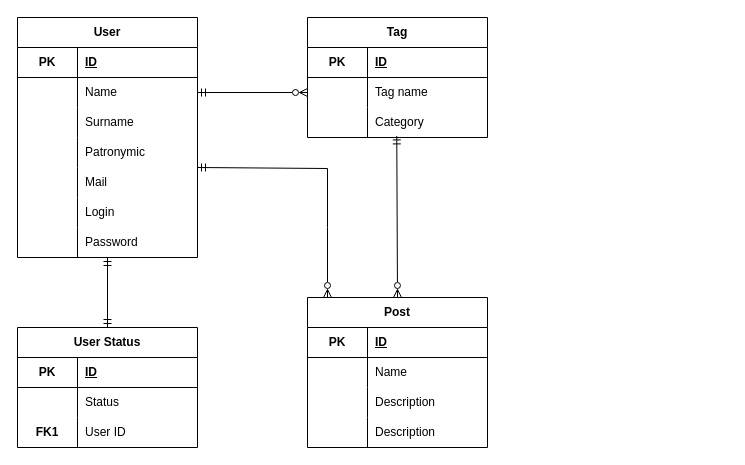
The draw.io diagram Models/er_diagram.drawio in FDMan12/news-with-tags, before the edit. Source tidied: cells renumbered, new cells numbered last; positions are measured from the earlier drawing's top-left corner, leaving out a move shared by most shapes. Both pictures are drawn from the tidied source at 100%, with x=0, y=0 at pixel (17, 17).
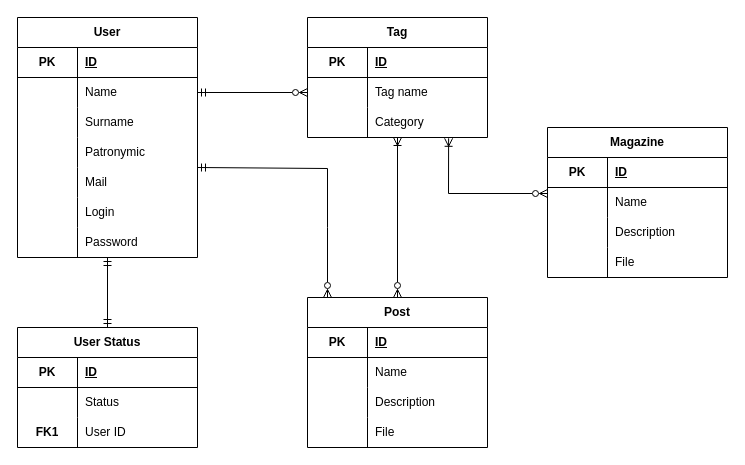
Above is the later version.

Commit message (it also covers changes not shown here):
Added UML sequence, activity diagrams; updated ER diagram

The change refers to these unchanged cells:
```xml
<mxCell id="9" style="shape=tableRow;horizontal=0;startSize=0;swimlaneHead=0;swimlaneBody=0;fillColor=none;points=[[0,0.5],[1,0.5]];portConstraint=eastwest;top=0;left=0;right=0;bottom=0;html=1;" parent="2" vertex="1">
  <mxGeometry y="90" width="180" height="30" as="geometry" />
</mxCell>
<mxCell id="44" value="Post" style="shape=table;startSize=30;childLayout=tableLayout;rowLines=0;fontStyle=1;align=center;html=1;whiteSpace=wrap;" parent="1" vertex="1">
  <mxGeometry x="290" y="280" width="180" height="150" as="geometry" />
</mxCell>
<mxCell id="54" style="shape=tableRow;horizontal=0;startSize=0;swimlaneHead=0;swimlaneBody=0;fillColor=none;top=0;left=0;right=0;bottom=0;html=1;" parent="44" vertex="1">
  <mxGeometry y="120" width="180" height="30" as="geometry" />
</mxCell>
```

What changed in the source:
```diff
@@
-    <mxCell id="56" value="Description" style="shape=partialRectangle;fillColor=none;top=0;left=0;bottom=0;right=0;align=left;spacingLeft=6;overflow=hidden;html=1;whiteSpace=wrap;" parent="54" vertex="1">
+    <mxCell id="56" value="File" style="shape=partialRectangle;fillColor=none;top=0;left=0;bottom=0;right=0;align=left;spacingLeft=6;overflow=hidden;html=1;whiteSpace=wrap;" parent="54" vertex="1">
       <mxGeometry x="60" width="120" height="30" as="geometry" />
     </mxCell>
@@
-    <mxCell id="59" style="endArrow=ERmandOne;html=1;rounded=0;exitX=0.5;exitY=0;exitDx=0;exitDy=0;strokeColor=default;startArrow=ERzeroToMany;startFill=0;endFill=0;entryX=0.496;entryY=0.947;entryDx=0;entryDy=0;entryPerimeter=0;" parent="1" edge="1" source="44" target="9">
-      <mxGeometry relative="1" as="geometry" />
+    <mxCell id="59" style="endArrow=ERoneToMany;html=1;rounded=0;exitX=0.5;exitY=0;exitDx=0;exitDy=0;strokeColor=default;startArrow=ERzeroToMany;startFill=0;endFill=0;" parent="1" edge="1" source="44">
+      <mxGeometry relative="1" as="geometry">
+        <mxPoint x="380" y="120" as="targetPoint" />
+      </mxGeometry>
     </mxCell>
@@
+    <mxCell id="61" value="Magazine" style="shape=table;startSize=30;childLayout=tableLayout;rowLines=0;fontStyle=1;align=center;html=1;whiteSpace=wrap;" parent="1" vertex="1">
+      <mxGeometry x="530" y="110" width="180" height="150" as="geometry" />
+    </mxCell>
+    <mxCell id="62" style="shape=tableRow;horizontal=0;startSize=0;swimlaneHead=0;swimlaneBody=0;fillColor=none;top=0;left=0;right=0;bottom=1;html=1;" parent="61" vertex="1">
+      <mxGeometry y="30" width="180" height="30" as="geometry" />
+    </mxCell>
+    <mxCell id="63" value="PK" style="shape=partialRectangle;fillColor=none;top=0;left=0;bottom=0;right=0;fontStyle=1;overflow=hidden;html=1;whiteSpace=wrap;" parent="62" vertex="1">
+      <mxGeometry width="60" height="30" as="geometry" />
+    </mxCell>
+    <mxCell id="64" value="ID" style="shape=partialRectangle;fillColor=none;top=0;left=0;bottom=0;right=0;align=left;spacingLeft=6;fontStyle=5;overflow=hidden;html=1;whiteSpace=wrap;" parent="62" vertex="1">
+      <mxGeometry x="60" width="120" height="30" as="geometry" />
+    </mxCell>
+    <mxCell id="65" style="shape=tableRow;horizontal=0;startSize=0;swimlaneHead=0;swimlaneBody=0;fillColor=none;points=[[0,0.5],[1,0.5]];portConstraint=eastwest;top=0;left=0;right=0;bottom=0;html=1;" parent="61" vertex="1">
+      <mxGeometry y="60" width="180" height="30" as="geometry" />
+    </mxCell>
+    <mxCell id="66" style="shape=partialRectangle;fillColor=none;top=0;left=0;bottom=0;right=0;overflow=hidden;html=1;whiteSpace=wrap;" parent="65" vertex="1">
+      <mxGeometry width="60" height="30" as="geometry" />
+    </mxCell>
+    <mxCell id="67" value="Name" style="shape=partialRectangle;fillColor=none;top=0;left=0;bottom=0;right=0;align=left;spacingLeft=6;overflow=hidden;html=1;whiteSpace=wrap;" parent="65" vertex="1">
+      <mxGeometry x="60" width="120" height="30" as="geometry" />
+    </mxCell>
+    <mxCell id="68" style="shape=tableRow;horizontal=0;startSize=0;swimlaneHead=0;swimlaneBody=0;fillColor=none;top=0;left=0;right=0;bottom=0;html=1;" parent="61" vertex="1">
+      <mxGeometry y="90" width="180" height="30" as="geometry" />
+    </mxCell>
+    <mxCell id="69" style="shape=partialRectangle;fillColor=none;top=0;left=0;bottom=0;right=0;overflow=hidden;html=1;whiteSpace=wrap;" parent="68" vertex="1">
+      <mxGeometry width="60" height="30" as="geometry" />
+    </mxCell>
+    <mxCell id="70" value="Description" style="shape=partialRectangle;fillColor=none;top=0;left=0;bottom=0;right=0;align=left;spacingLeft=6;overflow=hidden;html=1;whiteSpace=wrap;" parent="68" vertex="1">
+      <mxGeometry x="60" width="120" height="30" as="geometry" />
+    </mxCell>
+    <mxCell id="71" style="shape=tableRow;horizontal=0;startSize=0;swimlaneHead=0;swimlaneBody=0;fillColor=none;top=0;left=0;right=0;bottom=0;html=1;" parent="61" vertex="1">
+      <mxGeometry y="120" width="180" height="30" as="geometry" />
+    </mxCell>
+    <mxCell id="72" style="shape=partialRectangle;fillColor=none;top=0;left=0;bottom=0;right=0;overflow=hidden;html=1;whiteSpace=wrap;" parent="71" vertex="1">
+      <mxGeometry width="60" height="30" as="geometry" />
+    </mxCell>
+    <mxCell id="73" value="File" style="shape=partialRectangle;fillColor=none;top=0;left=0;bottom=0;right=0;align=left;spacingLeft=6;overflow=hidden;html=1;whiteSpace=wrap;" parent="71" vertex="1">
+      <mxGeometry x="60" width="120" height="30" as="geometry" />
+    </mxCell>
+    <mxCell id="74" style="endArrow=ERoneToMany;html=1;rounded=0;exitX=0;exitY=0.2;exitDx=0;exitDy=0;strokeColor=default;startArrow=ERzeroToMany;startFill=0;endFill=0;entryX=0.784;entryY=1.027;entryDx=0;entryDy=0;entryPerimeter=0;exitPerimeter=0;" parent="1" edge="1" source="65" target="9">
+      <mxGeometry relative="1" as="geometry">
+        <Array as="points">
+          <mxPoint x="431" y="176" />
+        </Array>
+      </mxGeometry>
+    </mxCell>
```
